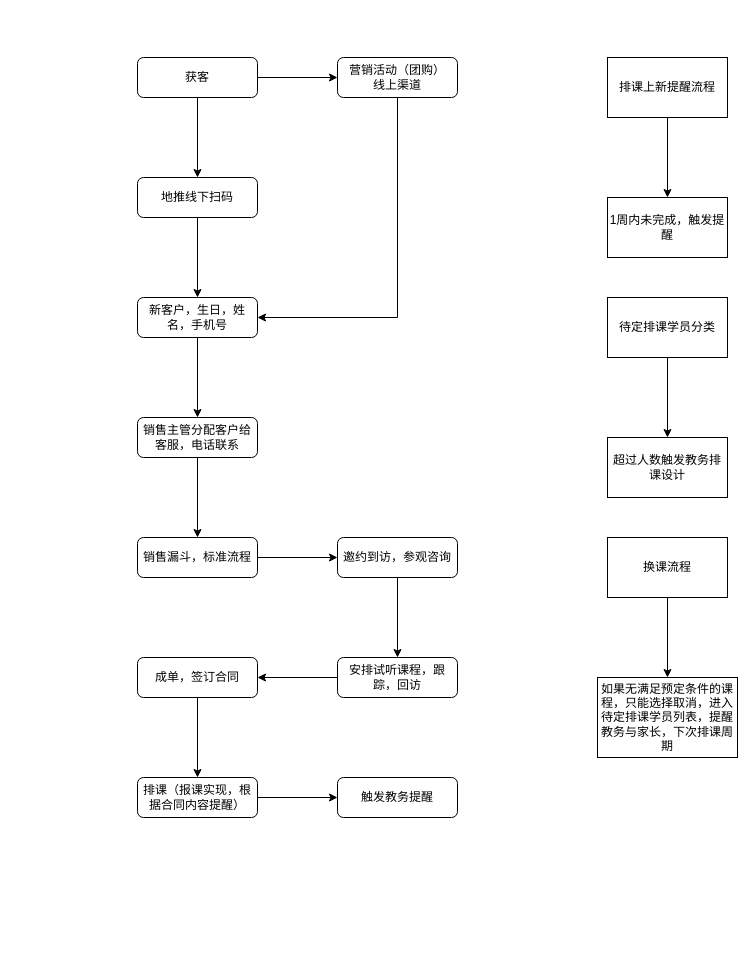
xiaoxijin/draw keeps this draw.io diagram as 木林_消费者流程.drawio. Above is the earlier version. Source tidied: cells renumbered, new cells numbered last; positions are measured from the earlier drawing's top-left corner, leaving out a move shared by most shapes. Both pictures are drawn from the tidied source at 100%, with x=0, y=0 at pixel (137, 57).
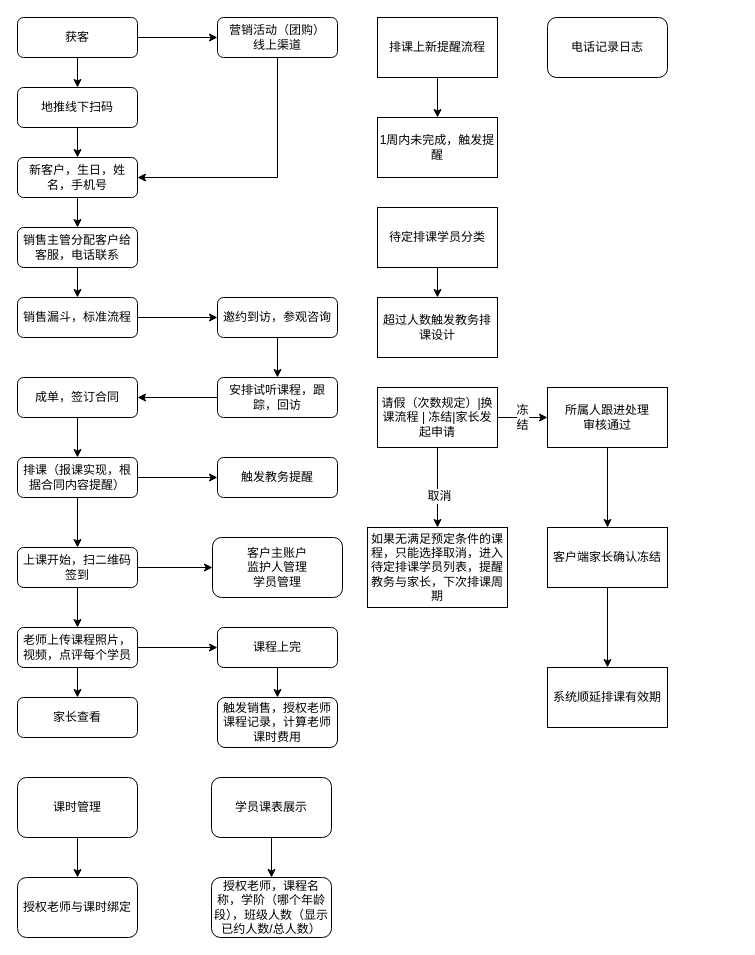
The same diagram, later.

Commit message (it also covers changes not shown here):
更新木林_消费者流程.drawio

The change refers to these unchanged cells:
```xml
<mxCell id="30" style="edgeStyle=orthogonalEdgeStyle;rounded=0;jettySize=auto;html=1;" parent="1" edge="1" source="31" target="32">
  <mxGeometry relative="1" as="geometry" />
</mxCell>
```

What changed in the source:
```diff
@@
     <mxCell id="4" value="获客" style="rounded=1;whiteSpace=wrap;html=1;fontSize=12;glass=0;strokeWidth=1;shadow=0;" parent="1" vertex="1">
-      <mxGeometry width="120" height="40" as="geometry" />
+      <mxGeometry x="-120" y="-40" width="120" height="40" as="geometry" />
     </mxCell>
     <mxCell id="5" style="edgeStyle=orthogonalEdgeStyle;rounded=0;jettySize=auto;html=1;entryX=1;entryY=0.5;entryDx=0;entryDy=0;exitX=0.5;exitY=1;exitDx=0;exitDy=0;" parent="1" edge="1" source="6" target="10">
       <mxGeometry relative="1" as="geometry">
         <Array as="points">
-          <mxPoint x="260" y="260" />
+          <mxPoint x="140" y="120" />
         </Array>
       </mxGeometry>
     </mxCell>
     <mxCell id="6" value="营销活动（团购）&lt;br&gt;线上渠道" style="rounded=1;whiteSpace=wrap;html=1;fontSize=12;glass=0;strokeWidth=1;shadow=0;" parent="1" vertex="1">
-      <mxGeometry x="200" width="120" height="40" as="geometry" />
+      <mxGeometry x="80" y="-40" width="120" height="40" as="geometry" />
     </mxCell>
@@
     <mxCell id="8" value="地推线下扫码" style="rounded=1;whiteSpace=wrap;html=1;fontSize=12;glass=0;strokeWidth=1;shadow=0;" parent="1" vertex="1">
-      <mxGeometry y="120" width="120" height="40" as="geometry" />
+      <mxGeometry x="-120" y="30" width="120" height="40" as="geometry" />
     </mxCell>
@@
     <mxCell id="10" value="新客户，生日，姓名，手机号" style="rounded=1;whiteSpace=wrap;html=1;fontSize=12;glass=0;strokeWidth=1;shadow=0;" parent="1" vertex="1">
-      <mxGeometry y="240" width="120" height="40" as="geometry" />
+      <mxGeometry x="-120" y="100" width="120" height="40" as="geometry" />
     </mxCell>
@@
     <mxCell id="12" value="销售主管分配客户给客服，电话联系" style="rounded=1;whiteSpace=wrap;html=1;fontSize=12;glass=0;strokeWidth=1;shadow=0;" parent="1" vertex="1">
-      <mxGeometry y="360" width="120" height="40" as="geometry" />
+      <mxGeometry x="-120" y="170" width="120" height="40" as="geometry" />
     </mxCell>
@@
     <mxCell id="14" value="销售漏斗，标准流程" style="rounded=1;whiteSpace=wrap;html=1;fontSize=12;glass=0;strokeWidth=1;shadow=0;" parent="1" vertex="1">
-      <mxGeometry y="480" width="120" height="40" as="geometry" />
+      <mxGeometry x="-120" y="240" width="120" height="40" as="geometry" />
     </mxCell>
@@
     <mxCell id="16" value="邀约到访，参观咨询" style="rounded=1;whiteSpace=wrap;html=1;fontSize=12;glass=0;strokeWidth=1;shadow=0;" parent="1" vertex="1">
-      <mxGeometry x="200" y="480" width="120" height="40" as="geometry" />
+      <mxGeometry x="80" y="240" width="120" height="40" as="geometry" />
     </mxCell>
@@
     <mxCell id="18" value="安排试听课程，跟踪，回访" style="rounded=1;whiteSpace=wrap;html=1;fontSize=12;glass=0;strokeWidth=1;shadow=0;" parent="1" vertex="1">
-      <mxGeometry x="200" y="600" width="120" height="40" as="geometry" />
+      <mxGeometry x="80" y="320" width="120" height="40" as="geometry" />
     </mxCell>
@@
     <mxCell id="20" value="成单，签订合同" style="rounded=1;whiteSpace=wrap;html=1;fontSize=12;glass=0;strokeWidth=1;shadow=0;" parent="1" vertex="1">
-      <mxGeometry y="600" width="120" height="40" as="geometry" />
+      <mxGeometry x="-120" y="320" width="120" height="40" as="geometry" />
     </mxCell>
@@
+    <mxCell id="33" style="edgeStyle=orthogonalEdgeStyle;rounded=0;jettySize=auto;html=1;" parent="1" edge="1" source="22" target="36">
+      <mxGeometry relative="1" as="geometry" />
+    </mxCell>
     <mxCell id="22" value="排课（报课实现，根据合同内容提醒）" style="rounded=1;whiteSpace=wrap;html=1;fontSize=12;glass=0;strokeWidth=1;shadow=0;" parent="1" vertex="1">
-      <mxGeometry y="720" width="120" height="40" as="geometry" />
+      <mxGeometry x="-120" y="400" width="120" height="40" as="geometry" />
     </mxCell>
+    <mxCell id="34" style="edgeStyle=orthogonalEdgeStyle;rounded=0;jettySize=auto;html=1;" parent="1" edge="1" source="36" target="44">
+      <mxGeometry relative="1" as="geometry" />
+    </mxCell>
+    <mxCell id="35" style="edgeStyle=orthogonalEdgeStyle;rounded=0;jettySize=auto;html=1;" parent="1" edge="1" source="36" target="39">
+      <mxGeometry relative="1" as="geometry" />
+    </mxCell>
+    <mxCell id="36" value="上课开始，扫二维码签到" style="rounded=1;whiteSpace=wrap;html=1;fontSize=12;glass=0;strokeWidth=1;shadow=0;" parent="1" vertex="1">
+      <mxGeometry x="-120" y="490" width="120" height="40" as="geometry" />
+    </mxCell>
+    <mxCell id="37" style="edgeStyle=orthogonalEdgeStyle;rounded=0;jettySize=auto;html=1;" parent="1" edge="1" source="39" target="43">
+      <mxGeometry relative="1" as="geometry" />
+    </mxCell>
+    <mxCell id="38" style="edgeStyle=orthogonalEdgeStyle;rounded=0;jettySize=auto;html=1;" parent="1" edge="1" source="39" target="41">
+      <mxGeometry relative="1" as="geometry" />
+    </mxCell>
+    <mxCell id="39" value="老师上传课程照片，视频，点评每个学员" style="rounded=1;whiteSpace=wrap;html=1;fontSize=12;glass=0;strokeWidth=1;shadow=0;" parent="1" vertex="1">
+      <mxGeometry x="-120" y="570" width="120" height="40" as="geometry" />
+    </mxCell>
+    <mxCell id="40" style="edgeStyle=orthogonalEdgeStyle;rounded=0;jettySize=auto;html=1;" parent="1" edge="1" source="41" target="42">
+      <mxGeometry relative="1" as="geometry" />
+    </mxCell>
+    <mxCell id="41" value="课程上完" style="rounded=1;whiteSpace=wrap;html=1;fontSize=12;glass=0;strokeWidth=1;shadow=0;" parent="1" vertex="1">
+      <mxGeometry x="80" y="570" width="120" height="40" as="geometry" />
+    </mxCell>
+    <mxCell id="42" value="触发销售，授权老师课程记录，计算老师课时费用" style="rounded=1;whiteSpace=wrap;html=1;fontSize=12;glass=0;strokeWidth=1;shadow=0;" parent="1" vertex="1">
+      <mxGeometry x="80" y="640" width="120" height="50" as="geometry" />
+    </mxCell>
+    <mxCell id="43" value="家长查看" style="rounded=1;whiteSpace=wrap;html=1;fontSize=12;glass=0;strokeWidth=1;shadow=0;" parent="1" vertex="1">
+      <mxGeometry x="-120" y="640" width="120" height="40" as="geometry" />
+    </mxCell>
+    <mxCell id="44" value="客户主账户&lt;br&gt;监护人管理&lt;br&gt;学员管理" style="rounded=1;whiteSpace=wrap;html=1;fontSize=12;glass=0;strokeWidth=1;shadow=0;" parent="1" vertex="1">
+      <mxGeometry x="75" y="480" width="130" height="60" as="geometry" />
+    </mxCell>
     <mxCell id="23" value="触发教务提醒" style="rounded=1;whiteSpace=wrap;html=1;fontSize=12;glass=0;strokeWidth=1;shadow=0;" parent="1" vertex="1">
-      <mxGeometry x="200" y="720" width="120" height="40" as="geometry" />
+      <mxGeometry x="80" y="400" width="120" height="40" as="geometry" />
     </mxCell>
@@
     <mxCell id="25" value="排课上新提醒流程" style="rounded=0;whiteSpace=wrap;html=1;" parent="1" vertex="1">
-      <mxGeometry x="470" width="120" height="60" as="geometry" />
+      <mxGeometry x="240" y="-40" width="120" height="60" as="geometry" />
     </mxCell>
     <mxCell id="26" value="1周内未完成，触发提醒" style="rounded=0;whiteSpace=wrap;html=1;" parent="1" vertex="1">
-      <mxGeometry x="470" y="140" width="120" height="60" as="geometry" />
+      <mxGeometry x="240" y="60" width="120" height="60" as="geometry" />
     </mxCell>
@@
     <mxCell id="28" value="待定排课学员分类" style="rounded=0;whiteSpace=wrap;html=1;" parent="1" vertex="1">
-      <mxGeometry x="470" y="240" width="120" height="60" as="geometry" />
+      <mxGeometry x="240" y="150" width="120" height="60" as="geometry" />
     </mxCell>
     <mxCell id="29" value="超过人数触发教务排课设计" style="rounded=0;whiteSpace=wrap;html=1;" parent="1" vertex="1">
-      <mxGeometry x="470" y="380" width="120" height="60" as="geometry" />
+      <mxGeometry x="240" y="240" width="120" height="60" as="geometry" />
     </mxCell>
@@
+    <mxCell id="45" value="取消" style="text;html=1;align=center;verticalAlign=middle;labelBackgroundColor=#ffffff;" parent="30" vertex="1">
+      <mxGeometry x="0.2" y="1" relative="1" as="geometry" />
+    </mxCell>
+    <mxCell id="46" value="&lt;span style=&quot;font-size: 12px ; white-space: normal ; background-color: rgb(248 , 249 , 250)&quot;&gt;冻结&lt;/span&gt;" style="edgeStyle=orthogonalEdgeStyle;rounded=0;jettySize=auto;html=1;" parent="1" edge="1" source="31" target="48">
+      <mxGeometry relative="1" as="geometry" />
+    </mxCell>
-    <mxCell id="31" value="换课流程" style="rounded=0;whiteSpace=wrap;html=1;" parent="1" vertex="1">
-      <mxGeometry x="470" y="480" width="120" height="60" as="geometry" />
+    <mxCell id="31" value="请假（次数规定）|换课流程 | 冻结|家长发起申请" style="rounded=0;whiteSpace=wrap;html=1;" parent="1" vertex="1">
+      <mxGeometry x="240" y="330" width="120" height="60" as="geometry" />
     </mxCell>
+    <mxCell id="47" style="edgeStyle=orthogonalEdgeStyle;rounded=0;jettySize=auto;html=1;" parent="1" edge="1" source="48" target="50">
+      <mxGeometry relative="1" as="geometry" />
+    </mxCell>
+    <mxCell id="48" value="所属人跟进处理&lt;br&gt;审核通过" style="rounded=0;whiteSpace=wrap;html=1;" parent="1" vertex="1">
+      <mxGeometry x="410" y="330" width="120" height="60" as="geometry" />
+    </mxCell>
+    <mxCell id="49" style="edgeStyle=orthogonalEdgeStyle;rounded=0;jettySize=auto;html=1;" parent="1" edge="1" source="50" target="51">
+      <mxGeometry relative="1" as="geometry" />
+    </mxCell>
+    <mxCell id="50" value="客户端家长确认冻结" style="rounded=0;whiteSpace=wrap;html=1;" parent="1" vertex="1">
+      <mxGeometry x="410" y="470" width="120" height="60" as="geometry" />
+    </mxCell>
+    <mxCell id="51" value="系统顺延排课有效期" style="rounded=0;whiteSpace=wrap;html=1;" parent="1" vertex="1">
+      <mxGeometry x="410" y="610" width="120" height="60" as="geometry" />
+    </mxCell>
     <mxCell id="32" value="如果无满足预定条件的课程，只能选择取消，进入待定排课学员列表，提醒教务与家长，下次排课周期" style="rounded=0;whiteSpace=wrap;html=1;" parent="1" vertex="1">
-      <mxGeometry x="460" y="620" width="140" height="80" as="geometry" />
+      <mxGeometry x="230" y="470" width="140" height="80" as="geometry" />
     </mxCell>
+    <mxCell id="52" style="edgeStyle=orthogonalEdgeStyle;rounded=0;orthogonalLoop=1;jettySize=auto;html=1;exitX=0.5;exitY=1;exitDx=0;exitDy=0;" parent="1" edge="1" source="39" target="39">
+      <mxGeometry relative="1" as="geometry" />
+    </mxCell>
+    <mxCell id="53" style="edgeStyle=orthogonalEdgeStyle;rounded=0;jettySize=auto;html=1;" parent="1" edge="1" source="54" target="55">
+      <mxGeometry relative="1" as="geometry" />
+    </mxCell>
+    <mxCell id="54" value="课时管理" style="rounded=1;whiteSpace=wrap;html=1;" parent="1" vertex="1">
+      <mxGeometry x="-120" y="720" width="120" height="60" as="geometry" />
+    </mxCell>
+    <mxCell id="55" value="授权老师与课时绑定" style="rounded=1;whiteSpace=wrap;html=1;" parent="1" vertex="1">
+      <mxGeometry x="-120" y="820" width="120" height="60" as="geometry" />
+    </mxCell>
+    <mxCell id="56" style="edgeStyle=orthogonalEdgeStyle;rounded=0;jettySize=auto;html=1;" parent="1" edge="1" source="57" target="58">
+      <mxGeometry relative="1" as="geometry" />
+    </mxCell>
+    <mxCell id="57" value="学员课表展示" style="rounded=1;whiteSpace=wrap;html=1;" parent="1" vertex="1">
+      <mxGeometry x="74" y="720" width="120" height="60" as="geometry" />
+    </mxCell>
+    <mxCell id="58" value="授权老师，课程名称，学阶（哪个年龄段），班级人数（显示已约人数/总人数）" style="rounded=1;whiteSpace=wrap;html=1;" parent="1" vertex="1">
+      <mxGeometry x="74" y="820" width="120" height="60" as="geometry" />
+    </mxCell>
+    <mxCell id="59" value="电话记录日志" style="rounded=1;whiteSpace=wrap;html=1;" parent="1" vertex="1">
+      <mxGeometry x="410" y="-40" width="120" height="60" as="geometry" />
+    </mxCell>
```
